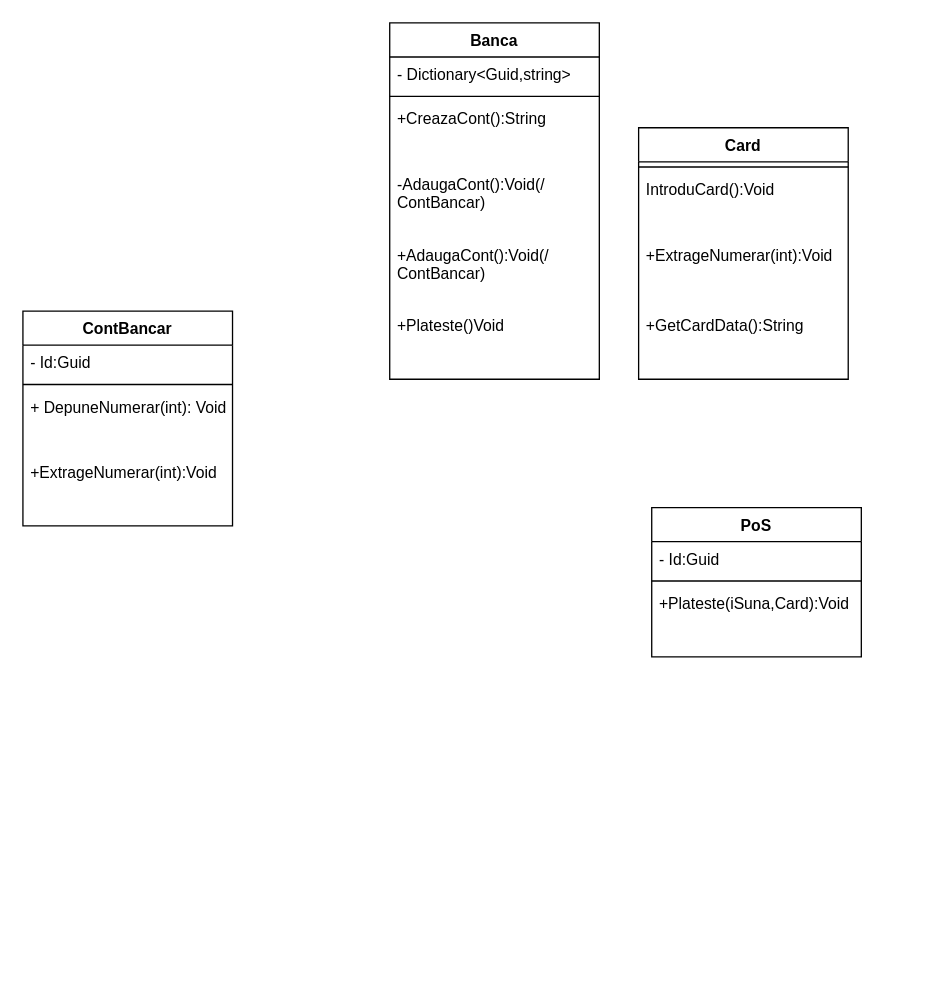
The draw.io diagram Lab13Ex.drawio in illei/Lab13Ex, before the edit. Source tidied: cells renumbered, new cells numbered last; positions are measured from the earlier drawing's top-left corner, leaving out a move shared by most shapes. Both pictures are drawn from the tidied source at 131%, with x=0, y=0 at pixel (22, 22).
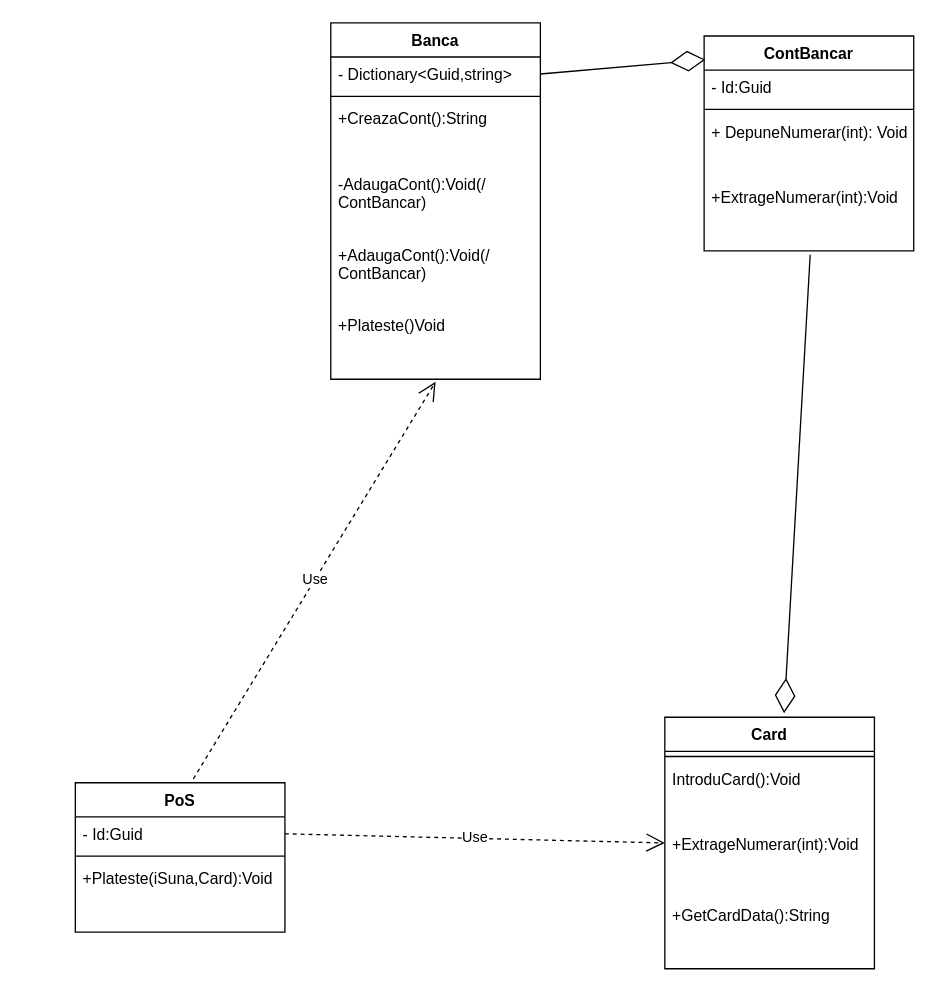
After the change.

Unchanged cells that the change refers to:
```xml
<mxCell id="6" value="+ExtrageNumerar(int):Void" style="text;strokeColor=none;fillColor=none;align=left;verticalAlign=top;spacingLeft=4;spacingRight=4;overflow=hidden;points=[[0,0.5],[1,0.5]];portConstraint=eastwest;whiteSpace=wrap;html=1;" parent="2" vertex="1">
  <mxGeometry y="110" width="160" height="54" as="geometry" />
</mxCell>
<mxCell id="8" value="- Dictionary&amp;lt;Guid,string&amp;gt;" style="text;strokeColor=none;fillColor=none;align=left;verticalAlign=top;spacingLeft=4;spacingRight=4;overflow=hidden;points=[[0,0.5],[1,0.5]];portConstraint=eastwest;whiteSpace=wrap;html=1;" parent="7" vertex="1">
  <mxGeometry y="26" width="160" height="26" as="geometry" />
</mxCell>
<mxCell id="13" value="+Plateste()Void" style="text;strokeColor=none;fillColor=none;align=left;verticalAlign=top;spacingLeft=4;spacingRight=4;overflow=hidden;points=[[0,0.5],[1,0.5]];portConstraint=eastwest;whiteSpace=wrap;html=1;" parent="7" vertex="1">
  <mxGeometry y="218" width="160" height="54" as="geometry" />
</mxCell>
<mxCell id="17" value="+ExtrageNumerar(int):Void" style="text;strokeColor=none;fillColor=none;align=left;verticalAlign=top;spacingLeft=4;spacingRight=4;overflow=hidden;points=[[0,0.5],[1,0.5]];portConstraint=eastwest;whiteSpace=wrap;html=1;" parent="14" vertex="1">
  <mxGeometry y="84" width="160" height="54" as="geometry" />
</mxCell>
<mxCell id="20" value="- Id:Guid" style="text;strokeColor=none;fillColor=none;align=left;verticalAlign=top;spacingLeft=4;spacingRight=4;overflow=hidden;points=[[0,0.5],[1,0.5]];portConstraint=eastwest;whiteSpace=wrap;html=1;" parent="19" vertex="1">
  <mxGeometry y="26" width="160" height="26" as="geometry" />
</mxCell>
```

The edit, as a diff of the source:
```diff
@@
     <mxCell id="2" value="ContBancar" style="swimlane;fontStyle=1;align=center;verticalAlign=top;horizontal=1;startSize=26;whiteSpace=wrap;html=1;" parent="1" vertex="1">
-      <mxGeometry y="220" width="160" height="164" as="geometry" />
+      <mxGeometry x="520" y="10" width="160" height="164" as="geometry" />
     </mxCell>
@@
     <mxCell id="7" value="Banca" style="swimlane;fontStyle=1;align=center;verticalAlign=top;horizontal=1;startSize=26;whiteSpace=wrap;html=1;" parent="1" vertex="1">
-      <mxGeometry x="280" width="160" height="272" as="geometry" />
+      <mxGeometry x="235" width="160" height="272" as="geometry" />
     </mxCell>
@@
     <mxCell id="14" value="Card" style="swimlane;fontStyle=1;align=center;verticalAlign=top;horizontal=1;startSize=26;whiteSpace=wrap;html=1;" parent="1" vertex="1">
-      <mxGeometry x="470" y="80" width="160" height="192" as="geometry" />
+      <mxGeometry x="490" y="530" width="160" height="192" as="geometry" />
     </mxCell>
@@
     <mxCell id="19" value="PoS" style="swimlane;fontStyle=1;align=center;verticalAlign=top;horizontal=1;startSize=26;whiteSpace=wrap;html=1;" parent="1" vertex="1">
-      <mxGeometry x="480" y="370" width="160" height="114" as="geometry" />
+      <mxGeometry x="40" y="580" width="160" height="114" as="geometry" />
     </mxCell>
@@
+    <mxCell id="23" style="endArrow=diamondThin;endFill=0;endSize=24;html=1;rounded=0;exitX=1;exitY=0.5;exitDx=0;exitDy=0;entryX=0.006;entryY=0.11;entryDx=0;entryDy=0;entryPerimeter=0;" parent="1" edge="1" source="8" target="2">
+      <mxGeometry relative="1" as="geometry" />
+    </mxCell>
+    <mxCell id="24" style="endArrow=diamondThin;endFill=0;endSize=24;html=1;rounded=0;exitX=0.506;exitY=1.056;exitDx=0;exitDy=0;exitPerimeter=0;entryX=0.569;entryY=-0.016;entryDx=0;entryDy=0;entryPerimeter=0;" parent="1" edge="1" source="6" target="14">
+      <mxGeometry relative="1" as="geometry" />
+    </mxCell>
+    <mxCell id="25" value="Use" style="endArrow=open;endSize=12;dashed=1;html=1;rounded=0;exitX=0.563;exitY=-0.026;exitDx=0;exitDy=0;exitPerimeter=0;entryX=0.5;entryY=1.037;entryDx=0;entryDy=0;entryPerimeter=0;" parent="1" edge="1" source="19" target="13">
+      <mxGeometry relative="1" as="geometry" />
+    </mxCell>
+    <mxCell id="26" value="Use" style="endArrow=open;endSize=12;dashed=1;html=1;rounded=0;exitX=1;exitY=0.5;exitDx=0;exitDy=0;entryX=0;entryY=0.222;entryDx=0;entryDy=0;entryPerimeter=0;" parent="1" edge="1" source="20" target="17">
+      <mxGeometry relative="1" as="geometry" />
+    </mxCell>
```
